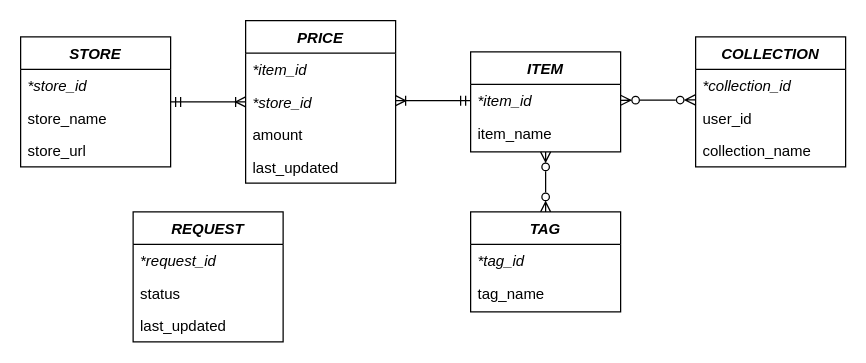
mtn-rso-price-compare/docs keeps this draw.io diagram as figures/ER_diagram.drawio. Above is the earlier version. Source tidied: cells renumbered, new cells numbered last; positions are measured from the earlier drawing's top-left corner, leaving out a move shared by most shapes. Both pictures are drawn from the tidied source at 125%, with x=0, y=0 at pixel (20, 20).
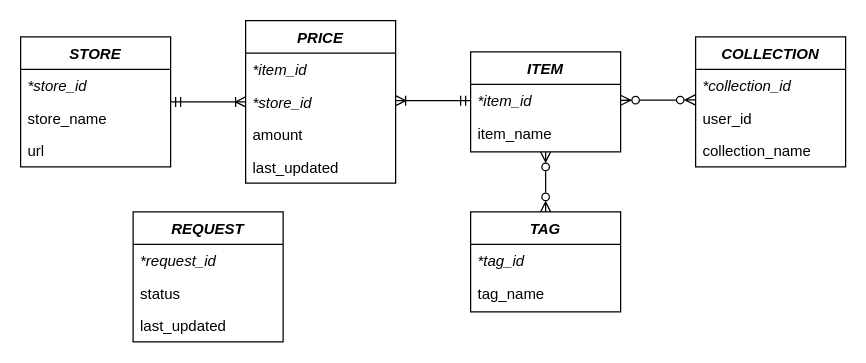
The same diagram, later.

The change refers to these unchanged cells:
```xml
<mxCell id="2" value="STORE&#10;" style="swimlane;fontStyle=3;align=center;verticalAlign=top;horizontal=1;startSize=26;rounded=0;shadow=0;strokeWidth=1;" parent="1" vertex="1">
  <mxGeometry y="13" width="120" height="104" as="geometry" />
</mxCell>
```

The edit, as a diff of the source:
```diff
@@
-    <mxCell id="5" value="store_url" style="text;align=left;verticalAlign=top;spacingLeft=4;spacingRight=4;overflow=hidden;rounded=0;shadow=0;html=0;" parent="2" vertex="1">
+    <mxCell id="5" value="url" style="text;align=left;verticalAlign=top;spacingLeft=4;spacingRight=4;overflow=hidden;rounded=0;shadow=0;html=0;" parent="2" vertex="1">
       <mxGeometry y="78" width="120" height="26" as="geometry" />
     </mxCell>
```
